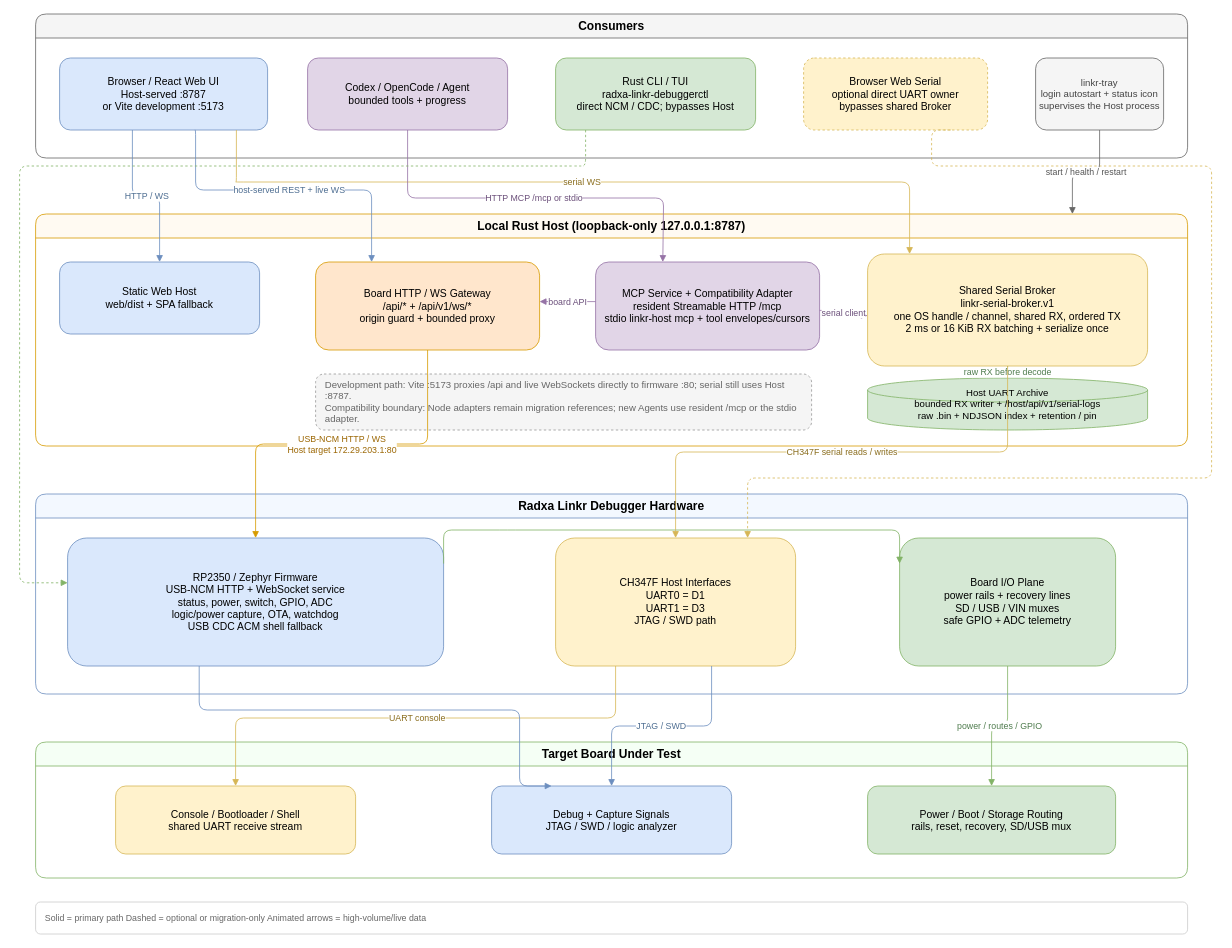
Before: docs/assets/architecture/current-system-architecture.drawio in xzl01/agent-debugboard, a draw.io diagram. Source tidied: cells renumbered, new cells numbered last; positions are measured from the earlier drawing's top-left corner, leaving out a move shared by most shapes. Both pictures are drawn from the tidied source at 80%, with x=0, y=0 at pixel (19, 14).
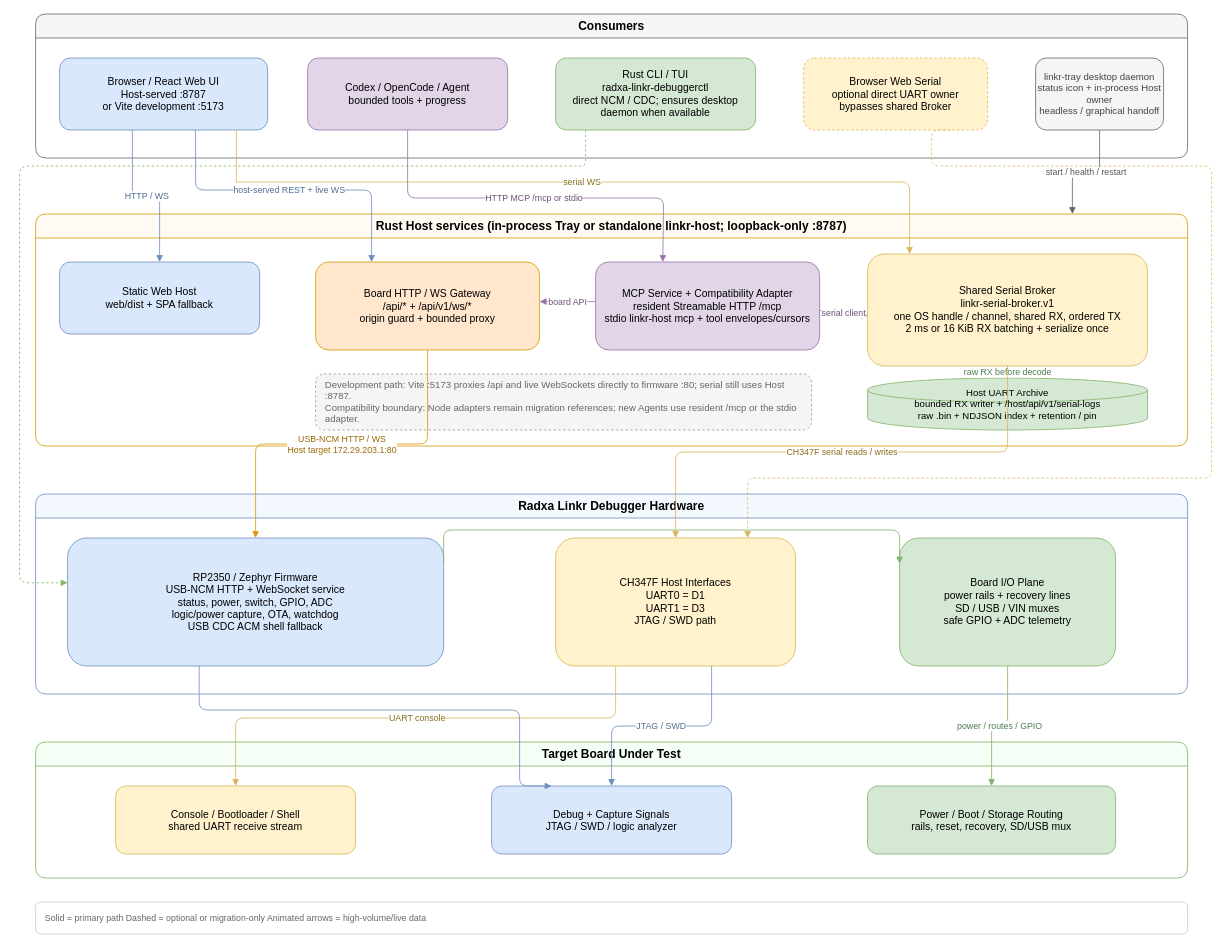
The same page after the edit.

Unchanged cells that the change refers to:
```xml
<mxCell id="2" value="Consumers" style="swimlane;startSize=30;rounded=1;whiteSpace=wrap;html=1;fillColor=#f5f5f5;strokeColor=#666666;fontStyle=1;fontSize=15;" parent="1" vertex="1">
  <mxGeometry x="20" width="1440" height="180" as="geometry" />
</mxCell>
```

Change to the diagram source:
```diff
@@
-    <mxCell id="5" value="Rust CLI / TUI&#10;radxa-linkr-debuggerctl&#10;direct NCM / CDC; bypasses Host" style="rounded=1;whiteSpace=wrap;html=1;fillColor=#d5e8d4;strokeColor=#82b366;fontSize=13;" parent="2" vertex="1">
+    <mxCell id="5" value="Rust CLI / TUI&#10;radxa-linkr-debuggerctl&#10;direct NCM / CDC; ensures desktop daemon when available" style="rounded=1;whiteSpace=wrap;html=1;fillColor=#d5e8d4;strokeColor=#82b366;fontSize=13;" parent="2" vertex="1">
       <mxGeometry x="650" y="55" width="250" height="90" as="geometry" />
     </mxCell>
@@
-    <mxCell id="7" value="linkr-tray&#10;login autostart + status icon&#10;supervises the Host process" style="rounded=1;whiteSpace=wrap;html=1;fillColor=#f5f5f5;strokeColor=#666666;fontColor=#444444;fontSize=12;" parent="2" vertex="1">
+    <mxCell id="7" value="linkr-tray desktop daemon&#10;status icon + in-process Host owner&#10;headless / graphical handoff" style="rounded=1;whiteSpace=wrap;html=1;fillColor=#f5f5f5;strokeColor=#666666;fontColor=#444444;fontSize=12;" parent="2" vertex="1">
       <mxGeometry x="1250" y="55" width="160" height="90" as="geometry" />
     </mxCell>
-    <mxCell id="8" value="Local Rust Host (loopback-only 127.0.0.1:8787)" style="swimlane;startSize=30;rounded=1;whiteSpace=wrap;html=1;fillColor=#fffaf2;strokeColor=#d79b00;fontStyle=1;fontSize=15;" parent="1" vertex="1">
+    <mxCell id="8" value="Rust Host services (in-process Tray or standalone linkr-host; loopback-only :8787)" style="swimlane;startSize=30;rounded=1;whiteSpace=wrap;html=1;fillColor=#fffaf2;strokeColor=#d79b00;fontStyle=1;fontSize=15;" parent="1" vertex="1">
       <mxGeometry x="20" y="250" width="1440" height="290" as="geometry" />
     </mxCell>
```
